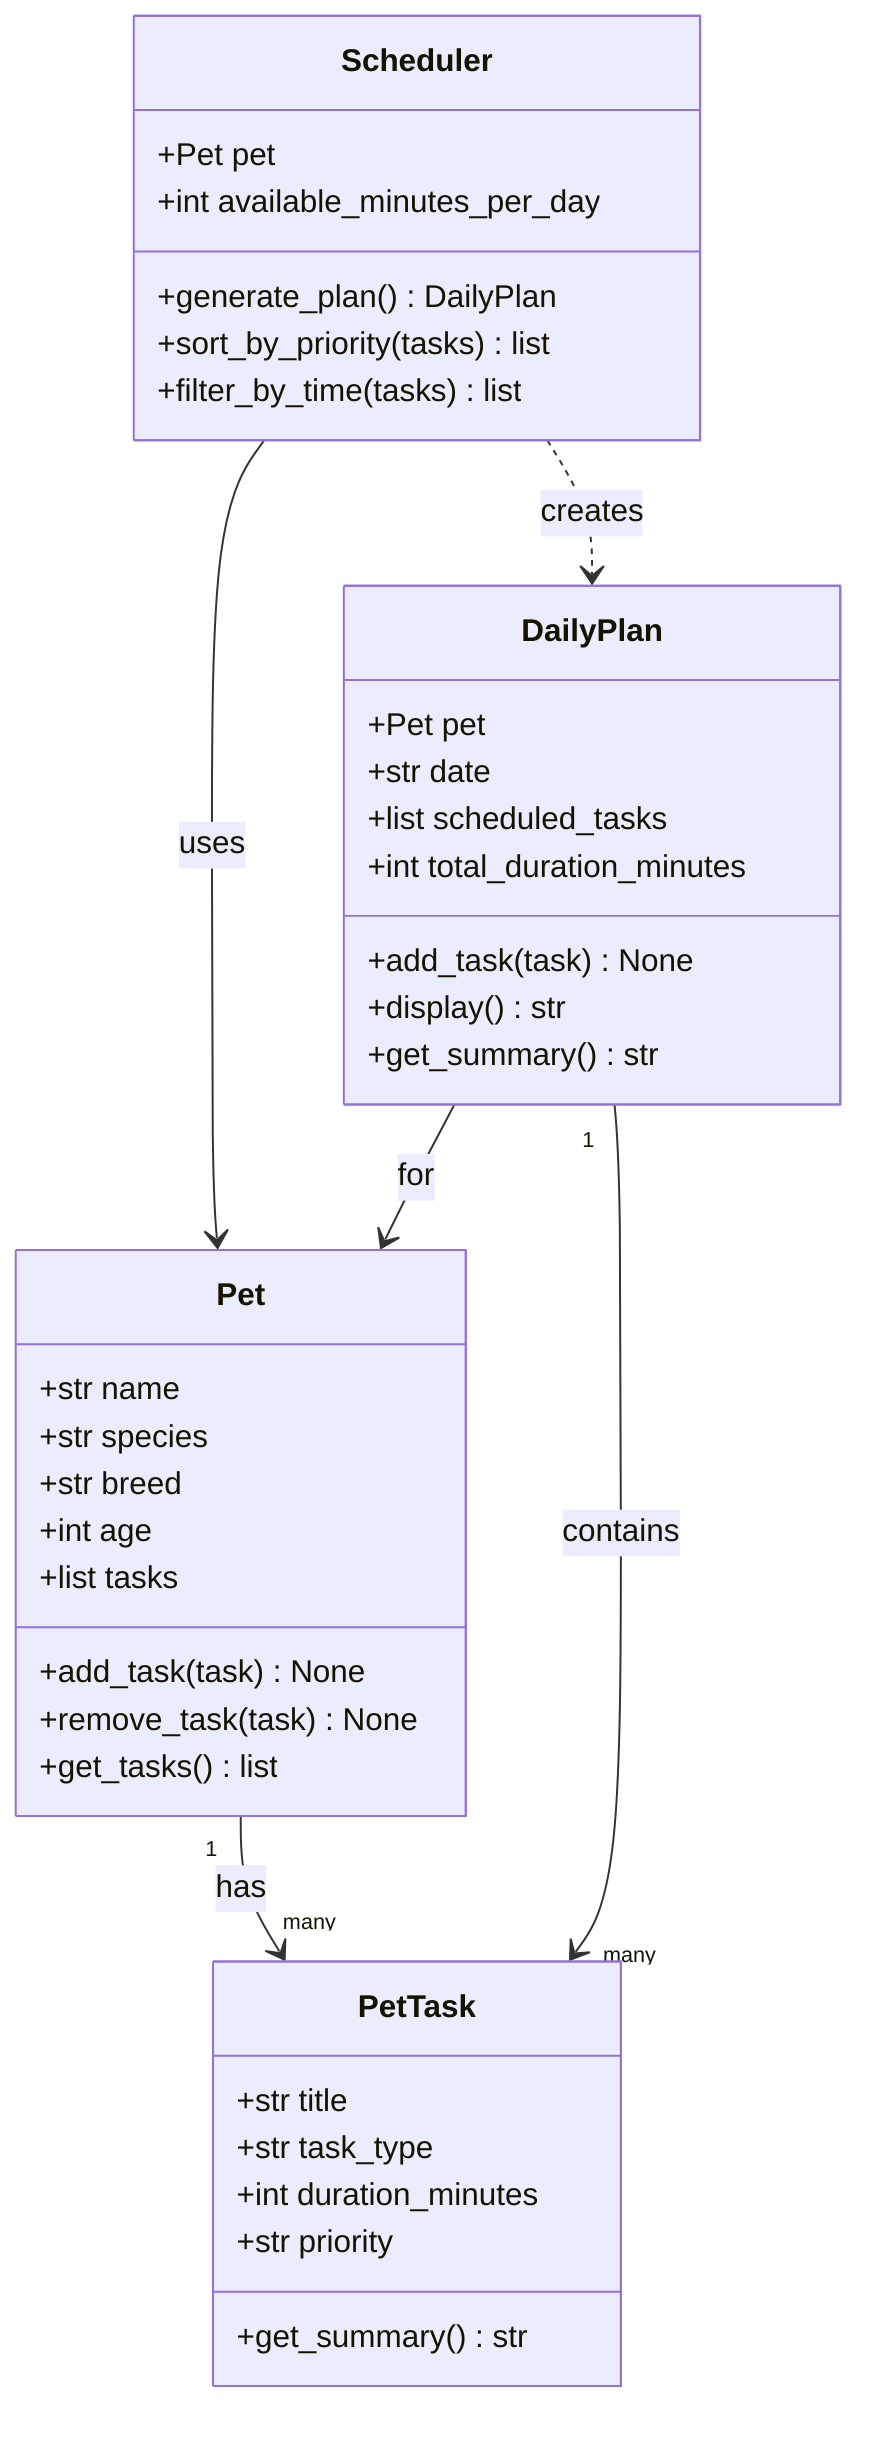
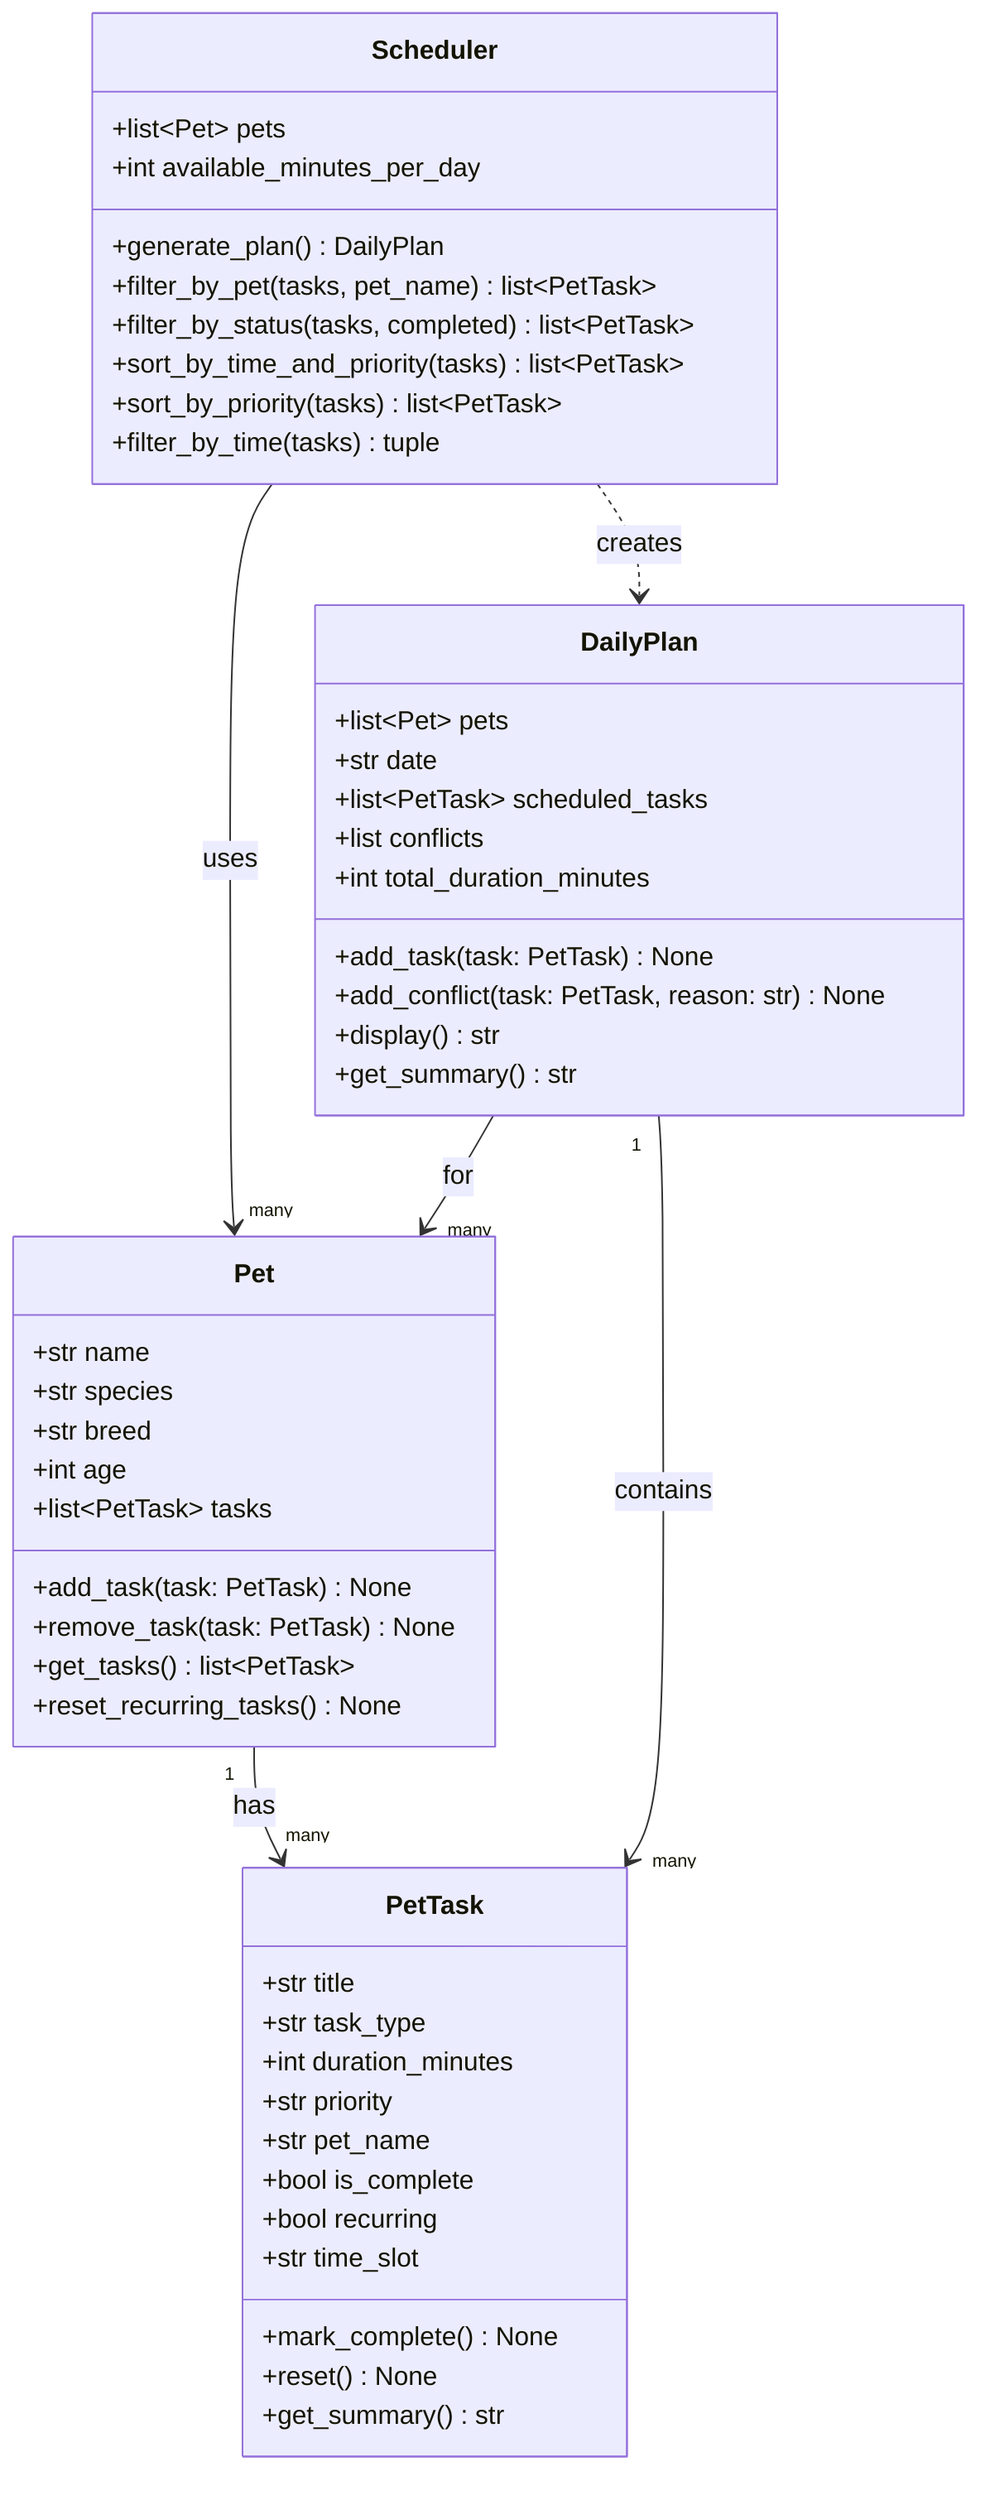
classDiagram
+     class PetTask {
+         +str title
+         +str task_type
+         +int duration_minutes
+         +str priority
+         +str pet_name
+         +bool is_complete
+         +bool recurring
+         +str time_slot
+         +mark_complete() None
+         +reset() None
+         +get_summary() str
+     }
+ 
    class Pet {
        +str name
        +str species
        +str breed
        +int age
-         +list tasks
-         +add_task(task) None
-         +remove_task(task) None
-         +get_tasks() list
-     }
- 
-     class PetTask {
-         +str title
-         +str task_type
-         +int duration_minutes
-         +str priority
-         +get_summary() str
+         +list~PetTask~ tasks
+         +add_task(task: PetTask) None
+         +remove_task(task: PetTask) None
+         +get_tasks() list~PetTask~
+         +reset_recurring_tasks() None
    }

    class Scheduler {
-         +Pet pet
+         +list~Pet~ pets
        +int available_minutes_per_day
        +generate_plan() DailyPlan
-         +sort_by_priority(tasks) list
-         +filter_by_time(tasks) list
+         +filter_by_pet(tasks, pet_name) list~PetTask~
+         +filter_by_status(tasks, completed) list~PetTask~
+         +sort_by_time_and_priority(tasks) list~PetTask~
+         +sort_by_priority(tasks) list~PetTask~
+         +filter_by_time(tasks) tuple
    }

    class DailyPlan {
-         +Pet pet
+         +list~Pet~ pets
        +str date
-         +list scheduled_tasks
+         +list~PetTask~ scheduled_tasks
+         +list conflicts
        +int total_duration_minutes
-         +add_task(task) None
+         +add_task(task: PetTask) None
+         +add_conflict(task: PetTask, reason: str) None
        +display() str
        +get_summary() str
    }

    Pet "1" --> "many" PetTask : has
-     Scheduler --> Pet : uses
+     Scheduler --> "many" Pet : uses
    Scheduler ..> DailyPlan : creates
-     DailyPlan --> Pet : for
+     DailyPlan --> "many" Pet : for
    DailyPlan "1" --> "many" PetTask : contains
